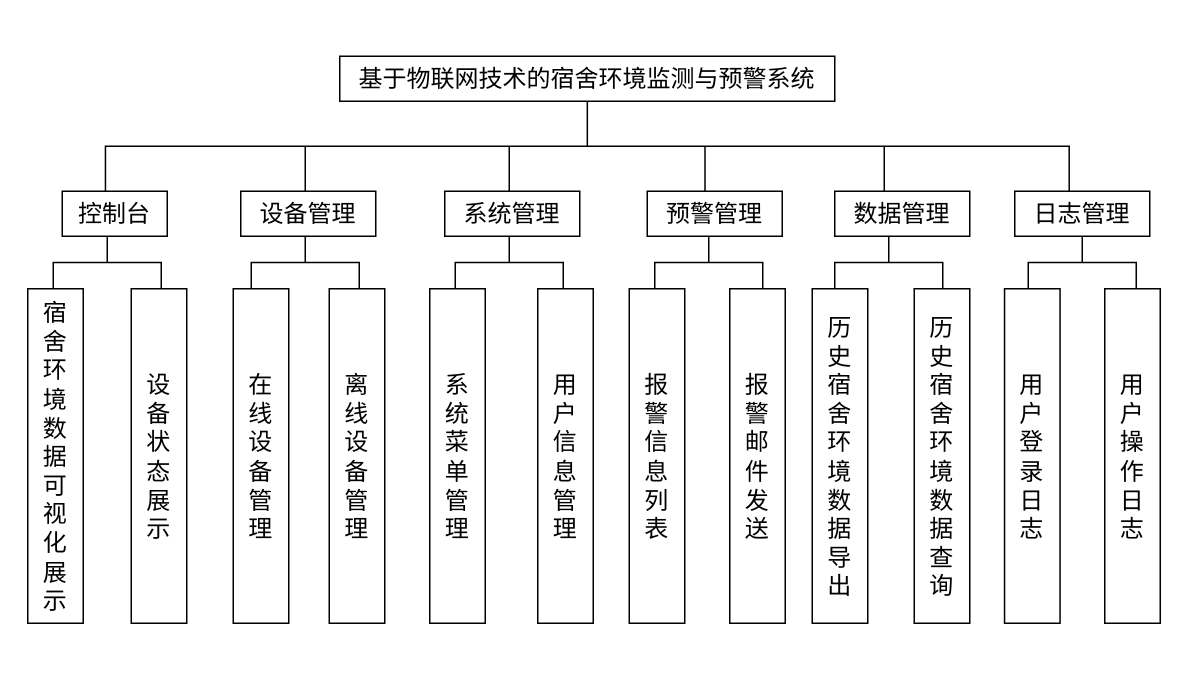
The draw.io diagram 系统功能模块图.drawio in zhangruyi3906/img, before the edit. Source tidied: cells renumbered, new cells numbered last; positions are measured from the earlier drawing's top-left corner, leaving out a move shared by most shapes. Both pictures are drawn from the tidied source at 150%, with x=0, y=0 at pixel (27, 56).
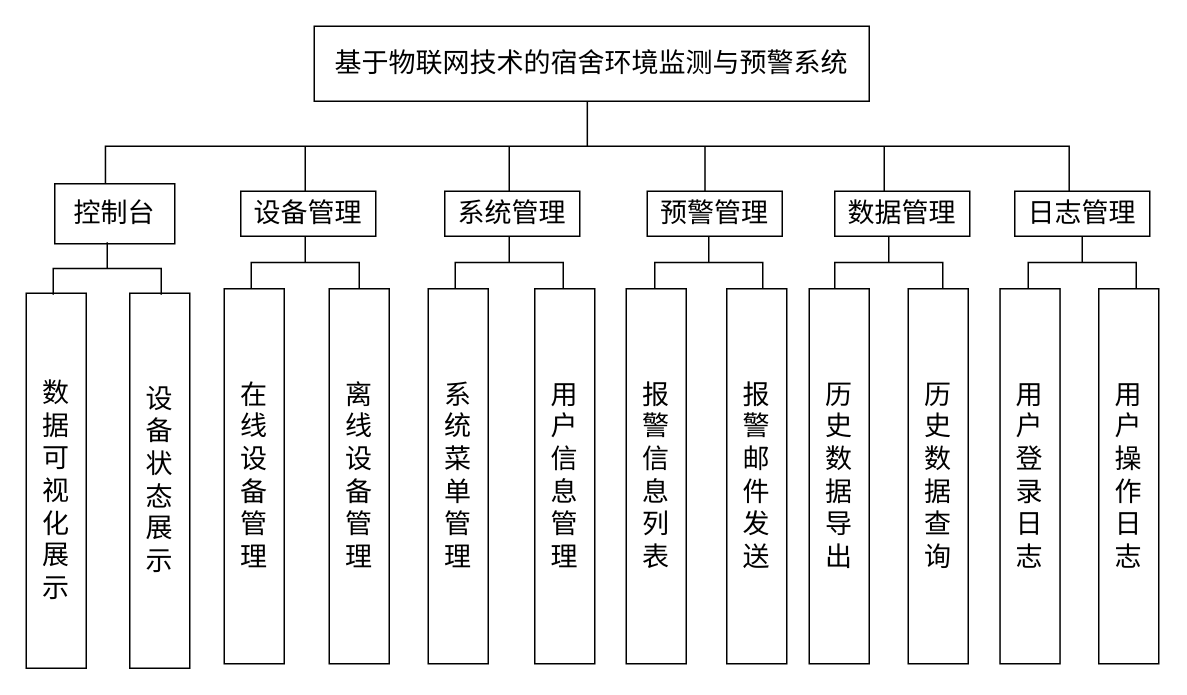
The same page after the edit.

Commit message:
更新系统功能模块图.drawio

Diff of the diagram source:
```diff
@@
-    <mxCell id="2" value="&lt;p class=&quot;MsoNormal&quot;&gt;&lt;font face=&quot;Helvetica&quot; style=&quot;font-size: 16px;&quot;&gt;&lt;font style=&quot;&quot;&gt;基于物联网&lt;/font&gt;技术的宿舍&lt;font style=&quot;&quot;&gt;环境监测与预警系统&lt;/font&gt;&lt;/font&gt;&lt;/p&gt;" style="rounded=0;whiteSpace=wrap;html=1;" parent="1" vertex="1">
-      <mxGeometry x="208" width="330" height="30" as="geometry" />
+    <mxCell id="2" value="&lt;p class=&quot;MsoNormal&quot;&gt;&lt;font face=&quot;Helvetica&quot; style=&quot;font-size: 18px;&quot;&gt;&lt;font style=&quot;&quot;&gt;基于物联网&lt;/font&gt;技术的宿舍&lt;font style=&quot;&quot;&gt;环境监测与预警系统&lt;/font&gt;&lt;/font&gt;&lt;/p&gt;" style="rounded=0;whiteSpace=wrap;html=1;" parent="1" vertex="1">
+      <mxGeometry x="191" y="-20" width="370" height="50" as="geometry" />
     </mxCell>
@@
-    <mxCell id="4" value="&lt;font style=&quot;font-size: 16px;&quot;&gt;宿&lt;/font&gt;&lt;div&gt;&lt;font style=&quot;font-size: 16px;&quot;&gt;舍&lt;/font&gt;&lt;/div&gt;&lt;div&gt;&lt;font style=&quot;font-size: 16px;&quot;&gt;环&lt;/font&gt;&lt;/div&gt;&lt;div&gt;&lt;font style=&quot;font-size: 16px;&quot;&gt;境&lt;/font&gt;&lt;/div&gt;&lt;div&gt;&lt;font style=&quot;font-size: 16px;&quot;&gt;数&lt;/font&gt;&lt;/div&gt;&lt;div&gt;&lt;font style=&quot;font-size: 16px;&quot;&gt;据&lt;/font&gt;&lt;/div&gt;&lt;div&gt;&lt;font style=&quot;font-size: 16px;&quot;&gt;可&lt;/font&gt;&lt;/div&gt;&lt;div&gt;&lt;font style=&quot;font-size: 16px;&quot;&gt;视&lt;/font&gt;&lt;/div&gt;&lt;div&gt;&lt;font style=&quot;font-size: 16px;&quot;&gt;化&lt;/font&gt;&lt;/div&gt;&lt;div&gt;&lt;font style=&quot;font-size: 16px;&quot;&gt;展&lt;/font&gt;&lt;/div&gt;&lt;div&gt;&lt;font style=&quot;font-size: 16px;&quot;&gt;示&lt;/font&gt;&lt;/div&gt;" style="rounded=0;whiteSpace=wrap;html=1;direction=west;" parent="1" vertex="1">
-      <mxGeometry y="155" width="37" height="223" as="geometry" />
+    <mxCell id="4" value="&lt;br&gt;&lt;div&gt;&lt;font style=&quot;font-size: 18px;&quot;&gt;数&lt;/font&gt;&lt;/div&gt;&lt;div&gt;&lt;font style=&quot;font-size: 18px;&quot;&gt;据&lt;/font&gt;&lt;/div&gt;&lt;div&gt;&lt;font style=&quot;font-size: 18px;&quot;&gt;可&lt;/font&gt;&lt;/div&gt;&lt;div&gt;&lt;font style=&quot;font-size: 18px;&quot;&gt;视&lt;/font&gt;&lt;/div&gt;&lt;div&gt;&lt;font style=&quot;font-size: 18px;&quot;&gt;化&lt;/font&gt;&lt;/div&gt;&lt;div&gt;&lt;font style=&quot;font-size: 18px;&quot;&gt;展&lt;/font&gt;&lt;/div&gt;&lt;div&gt;&lt;font style=&quot;font-size: 18px;&quot;&gt;示&lt;/font&gt;&lt;/div&gt;" style="rounded=0;whiteSpace=wrap;html=1;direction=west;" parent="1" vertex="1">
+      <mxGeometry x="-1" y="158" width="40" height="250" as="geometry" />
     </mxCell>
-    <mxCell id="5" value="&lt;font style=&quot;font-size: 16px;&quot;&gt;控制台&lt;/font&gt;" style="rounded=0;whiteSpace=wrap;html=1;" parent="1" vertex="1">
-      <mxGeometry x="23" y="90" width="70" height="30" as="geometry" />
+    <mxCell id="5" value="&lt;font style=&quot;font-size: 18px;&quot;&gt;控制台&lt;/font&gt;" style="rounded=0;whiteSpace=wrap;html=1;" parent="1" vertex="1">
+      <mxGeometry x="18" y="85" width="80" height="40" as="geometry" />
     </mxCell>
@@
-    <mxCell id="10" value="&lt;font style=&quot;font-size: 16px;&quot;&gt;设备管理&lt;/font&gt;" style="rounded=0;whiteSpace=wrap;html=1;" parent="1" vertex="1">
+    <mxCell id="10" value="&lt;font style=&quot;font-size: 18px;&quot;&gt;设备管理&lt;/font&gt;" style="rounded=0;whiteSpace=wrap;html=1;" parent="1" vertex="1">
       <mxGeometry x="142" y="90" width="90" height="30" as="geometry" />
     </mxCell>
-    <mxCell id="11" value="&lt;font style=&quot;font-size: 16px;&quot;&gt;系统管理&lt;/font&gt;" style="rounded=0;whiteSpace=wrap;html=1;" parent="1" vertex="1">
+    <mxCell id="11" value="&lt;font style=&quot;font-size: 18px;&quot;&gt;系统管理&lt;/font&gt;" style="rounded=0;whiteSpace=wrap;html=1;" parent="1" vertex="1">
       <mxGeometry x="278" y="90" width="90" height="30" as="geometry" />
     </mxCell>
-    <mxCell id="12" value="&lt;font style=&quot;font-size: 16px;&quot;&gt;预警管理&lt;/font&gt;" style="rounded=0;whiteSpace=wrap;html=1;" parent="1" vertex="1">
+    <mxCell id="12" value="&lt;font style=&quot;font-size: 18px;&quot;&gt;预警管理&lt;/font&gt;" style="rounded=0;whiteSpace=wrap;html=1;" parent="1" vertex="1">
       <mxGeometry x="413" y="90" width="90" height="30" as="geometry" />
     </mxCell>
-    <mxCell id="13" value="&lt;font style=&quot;font-size: 16px;&quot;&gt;数据管理&lt;/font&gt;" style="rounded=0;whiteSpace=wrap;html=1;" parent="1" vertex="1">
+    <mxCell id="13" value="&lt;font style=&quot;font-size: 18px;&quot;&gt;数据管理&lt;/font&gt;" style="rounded=0;whiteSpace=wrap;html=1;" parent="1" vertex="1">
       <mxGeometry x="538" y="90" width="90" height="30" as="geometry" />
     </mxCell>
-    <mxCell id="14" value="&lt;font style=&quot;font-size: 16px;&quot;&gt;日志管理&lt;/font&gt;" style="rounded=0;whiteSpace=wrap;html=1;" parent="1" vertex="1">
+    <mxCell id="14" value="&lt;font style=&quot;font-size: 18px;&quot;&gt;日志管理&lt;/font&gt;" style="rounded=0;whiteSpace=wrap;html=1;" parent="1" vertex="1">
       <mxGeometry x="658" y="90" width="90" height="30" as="geometry" />
     </mxCell>
-    <mxCell id="15" value="&lt;span style=&quot;font-size: 16px;&quot;&gt;设&lt;/span&gt;&lt;div&gt;&lt;span style=&quot;font-size: 16px;&quot;&gt;备&lt;/span&gt;&lt;/div&gt;&lt;div&gt;&lt;span style=&quot;font-size: 16px;&quot;&gt;状&lt;/span&gt;&lt;/div&gt;&lt;div&gt;&lt;span style=&quot;font-size: 16px;&quot;&gt;态&lt;/span&gt;&lt;/div&gt;&lt;div&gt;&lt;span style=&quot;font-size: 16px;&quot;&gt;展&lt;/span&gt;&lt;/div&gt;&lt;div&gt;&lt;span style=&quot;font-size: 16px;&quot;&gt;示&lt;/span&gt;&lt;/div&gt;" style="rounded=0;whiteSpace=wrap;html=1;direction=west;" parent="1" vertex="1">
-      <mxGeometry x="69" y="155" width="37" height="223" as="geometry" />
+    <mxCell id="15" value="&lt;font style=&quot;font-size: 18px;&quot;&gt;设&lt;/font&gt;&lt;div&gt;&lt;font style=&quot;font-size: 18px;&quot;&gt;备&lt;/font&gt;&lt;/div&gt;&lt;div&gt;&lt;font style=&quot;font-size: 18px;&quot;&gt;状&lt;/font&gt;&lt;/div&gt;&lt;div&gt;&lt;font style=&quot;font-size: 18px;&quot;&gt;态&lt;/font&gt;&lt;/div&gt;&lt;div&gt;&lt;font style=&quot;font-size: 18px;&quot;&gt;展&lt;/font&gt;&lt;/div&gt;&lt;div&gt;&lt;font style=&quot;font-size: 18px;&quot;&gt;示&lt;/font&gt;&lt;/div&gt;" style="rounded=0;whiteSpace=wrap;html=1;direction=west;" parent="1" vertex="1">
+      <mxGeometry x="68" y="158" width="40" height="250" as="geometry" />
     </mxCell>
-    <mxCell id="16" value="&lt;font style=&quot;font-size: 16px;&quot;&gt;在&lt;/font&gt;&lt;div&gt;&lt;font style=&quot;font-size: 16px;&quot;&gt;线&lt;/font&gt;&lt;/div&gt;&lt;div&gt;&lt;font style=&quot;font-size: 16px;&quot;&gt;设&lt;/font&gt;&lt;/div&gt;&lt;div&gt;&lt;font style=&quot;font-size: 16px;&quot;&gt;备&lt;/font&gt;&lt;/div&gt;&lt;div&gt;&lt;font style=&quot;font-size: 16px;&quot;&gt;管&lt;/font&gt;&lt;/div&gt;&lt;div&gt;&lt;font style=&quot;font-size: 16px;&quot;&gt;理&lt;/font&gt;&lt;/div&gt;" style="rounded=0;whiteSpace=wrap;html=1;direction=west;" parent="1" vertex="1">
-      <mxGeometry x="137" y="155" width="37" height="223" as="geometry" />
+    <mxCell id="16" value="&lt;font style=&quot;font-size: 18px;&quot;&gt;在&lt;/font&gt;&lt;div&gt;&lt;font style=&quot;font-size: 18px;&quot;&gt;线&lt;/font&gt;&lt;/div&gt;&lt;div&gt;&lt;font style=&quot;font-size: 18px;&quot;&gt;设&lt;/font&gt;&lt;/div&gt;&lt;div&gt;&lt;font style=&quot;font-size: 18px;&quot;&gt;备&lt;/font&gt;&lt;/div&gt;&lt;div&gt;&lt;font style=&quot;font-size: 18px;&quot;&gt;管&lt;/font&gt;&lt;/div&gt;&lt;div&gt;&lt;font style=&quot;font-size: 18px;&quot;&gt;理&lt;/font&gt;&lt;/div&gt;" style="rounded=0;whiteSpace=wrap;html=1;direction=west;" parent="1" vertex="1">
+      <mxGeometry x="131" y="155" width="40" height="250" as="geometry" />
     </mxCell>
-    <mxCell id="17" value="&lt;font style=&quot;font-size: 16px;&quot;&gt;离&lt;/font&gt;&lt;div&gt;&lt;font style=&quot;font-size: 16px;&quot;&gt;线&lt;/font&gt;&lt;/div&gt;&lt;div&gt;&lt;font style=&quot;font-size: 16px;&quot;&gt;设&lt;/font&gt;&lt;/div&gt;&lt;div&gt;&lt;font style=&quot;font-size: 16px;&quot;&gt;备&lt;/font&gt;&lt;/div&gt;&lt;div&gt;&lt;font style=&quot;font-size: 16px;&quot;&gt;管&lt;/font&gt;&lt;/div&gt;&lt;div&gt;&lt;font style=&quot;font-size: 16px;&quot;&gt;理&lt;/font&gt;&lt;/div&gt;" style="rounded=0;whiteSpace=wrap;html=1;direction=west;" parent="1" vertex="1">
-      <mxGeometry x="201" y="155" width="37" height="223" as="geometry" />
+    <mxCell id="17" value="&lt;font style=&quot;font-size: 18px;&quot;&gt;离&lt;/font&gt;&lt;div&gt;&lt;font style=&quot;font-size: 18px;&quot;&gt;线&lt;/font&gt;&lt;/div&gt;&lt;div&gt;&lt;font style=&quot;font-size: 18px;&quot;&gt;设&lt;/font&gt;&lt;/div&gt;&lt;div&gt;&lt;font style=&quot;font-size: 18px;&quot;&gt;备&lt;/font&gt;&lt;/div&gt;&lt;div&gt;&lt;font style=&quot;font-size: 18px;&quot;&gt;管&lt;/font&gt;&lt;/div&gt;&lt;div&gt;&lt;font style=&quot;font-size: 18px;&quot;&gt;理&lt;/font&gt;&lt;/div&gt;" style="rounded=0;whiteSpace=wrap;html=1;direction=west;" parent="1" vertex="1">
+      <mxGeometry x="201" y="155" width="40" height="250" as="geometry" />
     </mxCell>
-    <mxCell id="18" value="&lt;font style=&quot;font-size: 16px;&quot;&gt;系&lt;/font&gt;&lt;div&gt;&lt;font style=&quot;font-size: 16px;&quot;&gt;统&lt;/font&gt;&lt;/div&gt;&lt;div&gt;&lt;font style=&quot;font-size: 16px;&quot;&gt;菜&lt;/font&gt;&lt;div&gt;&lt;font style=&quot;font-size: 16px;&quot;&gt;单&lt;/font&gt;&lt;/div&gt;&lt;div&gt;&lt;font style=&quot;font-size: 16px;&quot;&gt;管&lt;/font&gt;&lt;/div&gt;&lt;div&gt;&lt;font style=&quot;font-size: 16px;&quot;&gt;理&lt;/font&gt;&lt;/div&gt;&lt;/div&gt;" style="rounded=0;whiteSpace=wrap;html=1;direction=west;" parent="1" vertex="1">
-      <mxGeometry x="268" y="155" width="37" height="223" as="geometry" />
+    <mxCell id="18" value="&lt;font style=&quot;font-size: 18px;&quot;&gt;系&lt;/font&gt;&lt;div&gt;&lt;font style=&quot;font-size: 18px;&quot;&gt;统&lt;/font&gt;&lt;/div&gt;&lt;div&gt;&lt;font style=&quot;font-size: 18px;&quot;&gt;菜&lt;/font&gt;&lt;div&gt;&lt;font style=&quot;font-size: 18px;&quot;&gt;单&lt;/font&gt;&lt;/div&gt;&lt;div&gt;&lt;font style=&quot;font-size: 18px;&quot;&gt;管&lt;/font&gt;&lt;/div&gt;&lt;div&gt;&lt;font style=&quot;font-size: 18px;&quot;&gt;理&lt;/font&gt;&lt;/div&gt;&lt;/div&gt;" style="rounded=0;whiteSpace=wrap;html=1;direction=west;" parent="1" vertex="1">
+      <mxGeometry x="267" y="155" width="40" height="250" as="geometry" />
     </mxCell>
-    <mxCell id="19" value="&lt;font style=&quot;font-size: 16px;&quot;&gt;用&lt;/font&gt;&lt;div&gt;&lt;font style=&quot;font-size: 16px;&quot;&gt;户&lt;/font&gt;&lt;/div&gt;&lt;div&gt;&lt;font style=&quot;font-size: 16px;&quot;&gt;信&lt;/font&gt;&lt;/div&gt;&lt;div&gt;&lt;font style=&quot;font-size: 16px;&quot;&gt;息&lt;/font&gt;&lt;/div&gt;&lt;div&gt;&lt;font style=&quot;font-size: 16px;&quot;&gt;管&lt;/font&gt;&lt;/div&gt;&lt;div&gt;&lt;font style=&quot;font-size: 16px;&quot;&gt;理&lt;/font&gt;&lt;/div&gt;" style="rounded=0;whiteSpace=wrap;html=1;direction=west;" parent="1" vertex="1">
-      <mxGeometry x="340" y="155" width="37" height="223" as="geometry" />
+    <mxCell id="19" value="&lt;font style=&quot;font-size: 18px;&quot;&gt;用&lt;/font&gt;&lt;div&gt;&lt;font style=&quot;font-size: 18px;&quot;&gt;户&lt;/font&gt;&lt;/div&gt;&lt;div&gt;&lt;font style=&quot;font-size: 18px;&quot;&gt;信&lt;/font&gt;&lt;/div&gt;&lt;div&gt;&lt;font style=&quot;font-size: 18px;&quot;&gt;息&lt;/font&gt;&lt;/div&gt;&lt;div&gt;&lt;font style=&quot;font-size: 18px;&quot;&gt;管&lt;/font&gt;&lt;/div&gt;&lt;div&gt;&lt;font style=&quot;font-size: 18px;&quot;&gt;理&lt;/font&gt;&lt;/div&gt;" style="rounded=0;whiteSpace=wrap;html=1;direction=west;" parent="1" vertex="1">
+      <mxGeometry x="338" y="155" width="40" height="250" as="geometry" />
     </mxCell>
-    <mxCell id="20" value="&lt;font style=&quot;font-size: 16px;&quot;&gt;报&lt;/font&gt;&lt;div&gt;&lt;font style=&quot;font-size: 16px;&quot;&gt;警&lt;/font&gt;&lt;/div&gt;&lt;div&gt;&lt;font style=&quot;font-size: 16px;&quot;&gt;信&lt;/font&gt;&lt;/div&gt;&lt;div&gt;&lt;font style=&quot;font-size: 16px;&quot;&gt;息&lt;/font&gt;&lt;/div&gt;&lt;div&gt;&lt;font style=&quot;font-size: 16px;&quot;&gt;列&lt;/font&gt;&lt;/div&gt;&lt;div&gt;&lt;font style=&quot;font-size: 16px;&quot;&gt;表&lt;/font&gt;&lt;/div&gt;" style="rounded=0;whiteSpace=wrap;html=1;direction=west;" parent="1" vertex="1">
-      <mxGeometry x="401" y="155" width="37" height="223" as="geometry" />
+    <mxCell id="20" value="&lt;font style=&quot;font-size: 18px;&quot;&gt;报&lt;/font&gt;&lt;div&gt;&lt;font style=&quot;font-size: 18px;&quot;&gt;警&lt;/font&gt;&lt;/div&gt;&lt;div&gt;&lt;font style=&quot;font-size: 18px;&quot;&gt;信&lt;/font&gt;&lt;/div&gt;&lt;div&gt;&lt;font style=&quot;font-size: 18px;&quot;&gt;息&lt;/font&gt;&lt;/div&gt;&lt;div&gt;&lt;font style=&quot;font-size: 18px;&quot;&gt;列&lt;/font&gt;&lt;/div&gt;&lt;div&gt;&lt;font style=&quot;font-size: 18px;&quot;&gt;表&lt;/font&gt;&lt;/div&gt;" style="rounded=0;whiteSpace=wrap;html=1;direction=west;" parent="1" vertex="1">
+      <mxGeometry x="399" y="155" width="40" height="250" as="geometry" />
     </mxCell>
+    <mxCell id="22" value="&lt;font style=&quot;font-size: 18px;&quot;&gt;历&lt;/font&gt;&lt;div&gt;&lt;font style=&quot;font-size: 18px;&quot;&gt;史&lt;/font&gt;&lt;/div&gt;&lt;div&gt;&lt;font style=&quot;font-size: 18px;&quot;&gt;数&lt;/font&gt;&lt;/div&gt;&lt;div&gt;&lt;font style=&quot;font-size: 18px;&quot;&gt;据&lt;/font&gt;&lt;/div&gt;&lt;div&gt;&lt;font style=&quot;font-size: 18px;&quot;&gt;导&lt;/font&gt;&lt;/div&gt;&lt;div&gt;&lt;font style=&quot;font-size: 18px;&quot;&gt;出&lt;/font&gt;&lt;/div&gt;" style="rounded=0;whiteSpace=wrap;html=1;direction=west;" parent="1" vertex="1">
+      <mxGeometry x="521" y="155" width="40" height="250" as="geometry" />
+    </mxCell>
-    <mxCell id="21" value="&lt;font style=&quot;font-size: 16px;&quot;&gt;报&lt;/font&gt;&lt;div&gt;&lt;font style=&quot;font-size: 16px;&quot;&gt;警&lt;/font&gt;&lt;/div&gt;&lt;div&gt;&lt;font style=&quot;font-size: 16px;&quot;&gt;邮&lt;/font&gt;&lt;/div&gt;&lt;div&gt;&lt;font style=&quot;font-size: 16px;&quot;&gt;件&lt;/font&gt;&lt;/div&gt;&lt;div&gt;&lt;font style=&quot;font-size: 16px;&quot;&gt;发&lt;/font&gt;&lt;/div&gt;&lt;div&gt;&lt;font style=&quot;font-size: 16px;&quot;&gt;送&lt;/font&gt;&lt;/div&gt;" style="rounded=0;whiteSpace=wrap;html=1;direction=west;" parent="1" vertex="1">
-      <mxGeometry x="468" y="155" width="37" height="223" as="geometry" />
+    <mxCell id="21" value="&lt;font style=&quot;font-size: 18px;&quot;&gt;报&lt;/font&gt;&lt;div&gt;&lt;font style=&quot;font-size: 18px;&quot;&gt;警&lt;/font&gt;&lt;/div&gt;&lt;div&gt;&lt;font style=&quot;font-size: 18px;&quot;&gt;邮&lt;/font&gt;&lt;/div&gt;&lt;div&gt;&lt;font style=&quot;font-size: 18px;&quot;&gt;件&lt;/font&gt;&lt;/div&gt;&lt;div&gt;&lt;font style=&quot;font-size: 18px;&quot;&gt;发&lt;/font&gt;&lt;/div&gt;&lt;div&gt;&lt;font style=&quot;font-size: 18px;&quot;&gt;送&lt;/font&gt;&lt;/div&gt;" style="rounded=0;whiteSpace=wrap;html=1;direction=west;" parent="1" vertex="1">
+      <mxGeometry x="466" y="155" width="40" height="250" as="geometry" />
     </mxCell>
-    <mxCell id="22" value="&lt;font style=&quot;font-size: 16px;&quot;&gt;历&lt;/font&gt;&lt;div&gt;&lt;font style=&quot;font-size: 16px;&quot;&gt;史&lt;/font&gt;&lt;/div&gt;&lt;div&gt;&lt;font style=&quot;font-size: 16px;&quot;&gt;宿&lt;/font&gt;&lt;/div&gt;&lt;div&gt;&lt;font style=&quot;font-size: 16px;&quot;&gt;舍&lt;/font&gt;&lt;/div&gt;&lt;div&gt;&lt;font style=&quot;font-size: 16px;&quot;&gt;环&lt;/font&gt;&lt;/div&gt;&lt;div&gt;&lt;font style=&quot;font-size: 16px;&quot;&gt;境&lt;/font&gt;&lt;/div&gt;&lt;div&gt;&lt;font style=&quot;font-size: 16px;&quot;&gt;数&lt;/font&gt;&lt;/div&gt;&lt;div&gt;&lt;font style=&quot;font-size: 16px;&quot;&gt;据&lt;/font&gt;&lt;/div&gt;&lt;div&gt;&lt;font style=&quot;font-size: 16px;&quot;&gt;导&lt;/font&gt;&lt;/div&gt;&lt;div&gt;&lt;font style=&quot;font-size: 16px;&quot;&gt;出&lt;/font&gt;&lt;/div&gt;" style="rounded=0;whiteSpace=wrap;html=1;direction=west;" parent="1" vertex="1">
-      <mxGeometry x="523" y="155" width="37" height="223" as="geometry" />
-    </mxCell>
-    <mxCell id="23" value="&lt;font style=&quot;font-size: 16px;&quot;&gt;历&lt;/font&gt;&lt;div&gt;&lt;font style=&quot;font-size: 16px;&quot;&gt;史&lt;/font&gt;&lt;/div&gt;&lt;div&gt;&lt;font style=&quot;font-size: 16px;&quot;&gt;宿&lt;/font&gt;&lt;/div&gt;&lt;div&gt;&lt;font style=&quot;font-size: 16px;&quot;&gt;舍&lt;/font&gt;&lt;/div&gt;&lt;div&gt;&lt;font style=&quot;font-size: 16px;&quot;&gt;环&lt;/font&gt;&lt;/div&gt;&lt;div&gt;&lt;font style=&quot;font-size: 16px;&quot;&gt;境&lt;/font&gt;&lt;/div&gt;&lt;div&gt;&lt;font style=&quot;font-size: 16px;&quot;&gt;数&lt;/font&gt;&lt;/div&gt;&lt;div&gt;&lt;font style=&quot;font-size: 16px;&quot;&gt;据&lt;/font&gt;&lt;/div&gt;&lt;div&gt;&lt;font style=&quot;font-size: 16px;&quot;&gt;查&lt;/font&gt;&lt;/div&gt;&lt;div&gt;&lt;font style=&quot;font-size: 16px;&quot;&gt;询&lt;/font&gt;&lt;/div&gt;" style="rounded=0;whiteSpace=wrap;html=1;direction=west;" parent="1" vertex="1">
-      <mxGeometry x="591" y="155" width="37" height="223" as="geometry" />
+    <mxCell id="23" value="&lt;font style=&quot;font-size: 18px;&quot;&gt;历&lt;/font&gt;&lt;div&gt;&lt;font style=&quot;font-size: 18px;&quot;&gt;史&lt;/font&gt;&lt;/div&gt;&lt;div&gt;&lt;font style=&quot;font-size: 18px;&quot;&gt;数&lt;/font&gt;&lt;/div&gt;&lt;div&gt;&lt;font style=&quot;font-size: 18px;&quot;&gt;据&lt;/font&gt;&lt;/div&gt;&lt;div&gt;&lt;font style=&quot;font-size: 18px;&quot;&gt;查&lt;/font&gt;&lt;/div&gt;&lt;div&gt;&lt;font style=&quot;font-size: 18px;&quot;&gt;询&lt;/font&gt;&lt;/div&gt;" style="rounded=0;whiteSpace=wrap;html=1;direction=west;" parent="1" vertex="1">
+      <mxGeometry x="587" y="155" width="40" height="250" as="geometry" />
     </mxCell>
-    <mxCell id="24" value="&lt;font style=&quot;font-size: 16px;&quot;&gt;用&lt;/font&gt;&lt;div&gt;&lt;font style=&quot;font-size: 16px;&quot;&gt;户&lt;/font&gt;&lt;/div&gt;&lt;div&gt;&lt;font style=&quot;font-size: 16px;&quot;&gt;登&lt;/font&gt;&lt;/div&gt;&lt;div&gt;&lt;font style=&quot;font-size: 16px;&quot;&gt;录&lt;/font&gt;&lt;/div&gt;&lt;div&gt;&lt;font style=&quot;font-size: 16px;&quot;&gt;日&lt;/font&gt;&lt;/div&gt;&lt;div&gt;&lt;font style=&quot;font-size: 16px;&quot;&gt;志&lt;/font&gt;&lt;/div&gt;" style="rounded=0;whiteSpace=wrap;html=1;direction=west;" parent="1" vertex="1">
-      <mxGeometry x="651.2" y="155" width="37" height="223" as="geometry" />
+    <mxCell id="24" value="&lt;font style=&quot;font-size: 18px;&quot;&gt;用&lt;/font&gt;&lt;div&gt;&lt;font style=&quot;font-size: 18px;&quot;&gt;户&lt;/font&gt;&lt;/div&gt;&lt;div&gt;&lt;font style=&quot;font-size: 18px;&quot;&gt;登&lt;/font&gt;&lt;/div&gt;&lt;div&gt;&lt;font style=&quot;font-size: 18px;&quot;&gt;录&lt;/font&gt;&lt;/div&gt;&lt;div&gt;&lt;font style=&quot;font-size: 18px;&quot;&gt;日&lt;/font&gt;&lt;/div&gt;&lt;div&gt;&lt;font style=&quot;font-size: 18px;&quot;&gt;志&lt;/font&gt;&lt;/div&gt;" style="rounded=0;whiteSpace=wrap;html=1;direction=west;" parent="1" vertex="1">
+      <mxGeometry x="648.2" y="155" width="40" height="250" as="geometry" />
     </mxCell>
-    <mxCell id="25" value="&lt;font style=&quot;font-size: 16px;&quot;&gt;用&lt;/font&gt;&lt;div&gt;&lt;font style=&quot;font-size: 16px;&quot;&gt;户&lt;/font&gt;&lt;/div&gt;&lt;div&gt;&lt;span style=&quot;font-size: 16px;&quot;&gt;操&lt;/span&gt;&lt;/div&gt;&lt;div&gt;&lt;span style=&quot;font-size: 16px;&quot;&gt;作&lt;/span&gt;&lt;/div&gt;&lt;div&gt;&lt;font style=&quot;font-size: 16px;&quot;&gt;日&lt;/font&gt;&lt;/div&gt;&lt;div&gt;&lt;font style=&quot;font-size: 16px;&quot;&gt;志&lt;/font&gt;&lt;/div&gt;" style="rounded=0;whiteSpace=wrap;html=1;direction=west;" parent="1" vertex="1">
-      <mxGeometry x="718" y="155" width="37" height="223" as="geometry" />
+    <mxCell id="25" value="&lt;font style=&quot;font-size: 18px;&quot;&gt;用&lt;/font&gt;&lt;div&gt;&lt;font style=&quot;font-size: 18px;&quot;&gt;户&lt;/font&gt;&lt;/div&gt;&lt;div&gt;&lt;font style=&quot;font-size: 18px;&quot;&gt;操&lt;/font&gt;&lt;/div&gt;&lt;div&gt;&lt;font style=&quot;font-size: 18px;&quot;&gt;作&lt;/font&gt;&lt;/div&gt;&lt;div&gt;&lt;font style=&quot;font-size: 18px;&quot;&gt;日&lt;/font&gt;&lt;/div&gt;&lt;div&gt;&lt;font style=&quot;font-size: 18px;&quot;&gt;志&lt;/font&gt;&lt;/div&gt;" style="rounded=0;whiteSpace=wrap;html=1;direction=west;" parent="1" vertex="1">
+      <mxGeometry x="714" y="155" width="40" height="250" as="geometry" />
     </mxCell>
     <mxCell id="26" style="strokeWidth=1;html=1;shape=mxgraph.flowchart.annotation_2;align=left;labelPosition=right;direction=south;" parent="1" vertex="1">
-      <mxGeometry x="17" y="120" width="72" height="35" as="geometry" />
+      <mxGeometry x="17" y="124" width="72" height="35" as="geometry" />
     </mxCell>
```
